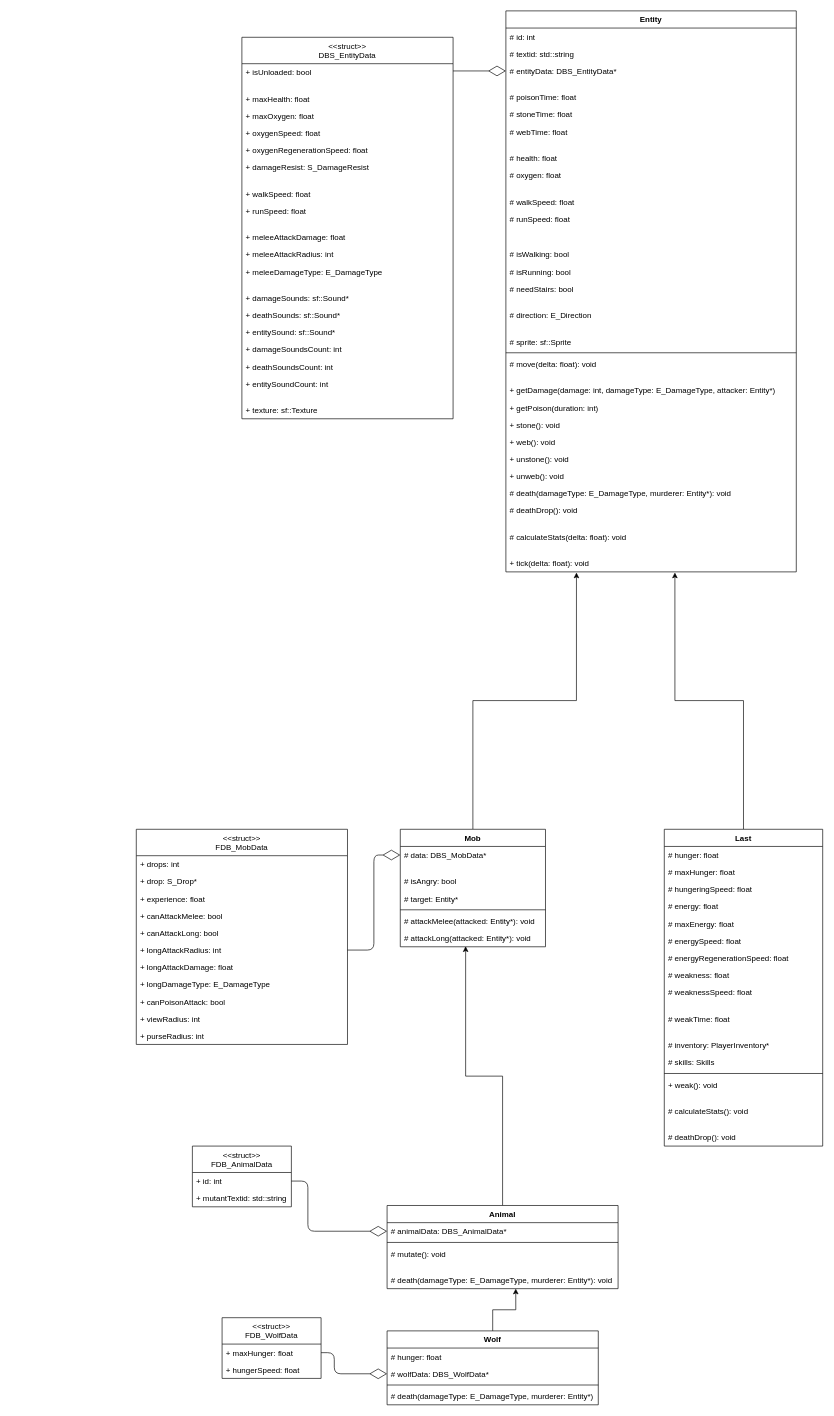
This is page "Entity" (1 of 3) of Classes.drawio from sqrt-of-minus-one/After_0, a draw.io file, before an edit. Source tidied: cells renumbered, new cells numbered last; positions are measured from the earlier drawing's top-left corner, leaving out a move shared by most shapes. Both pictures are drawn from the tidied source at 66%, with x=0, y=0 at pixel (136, 11).
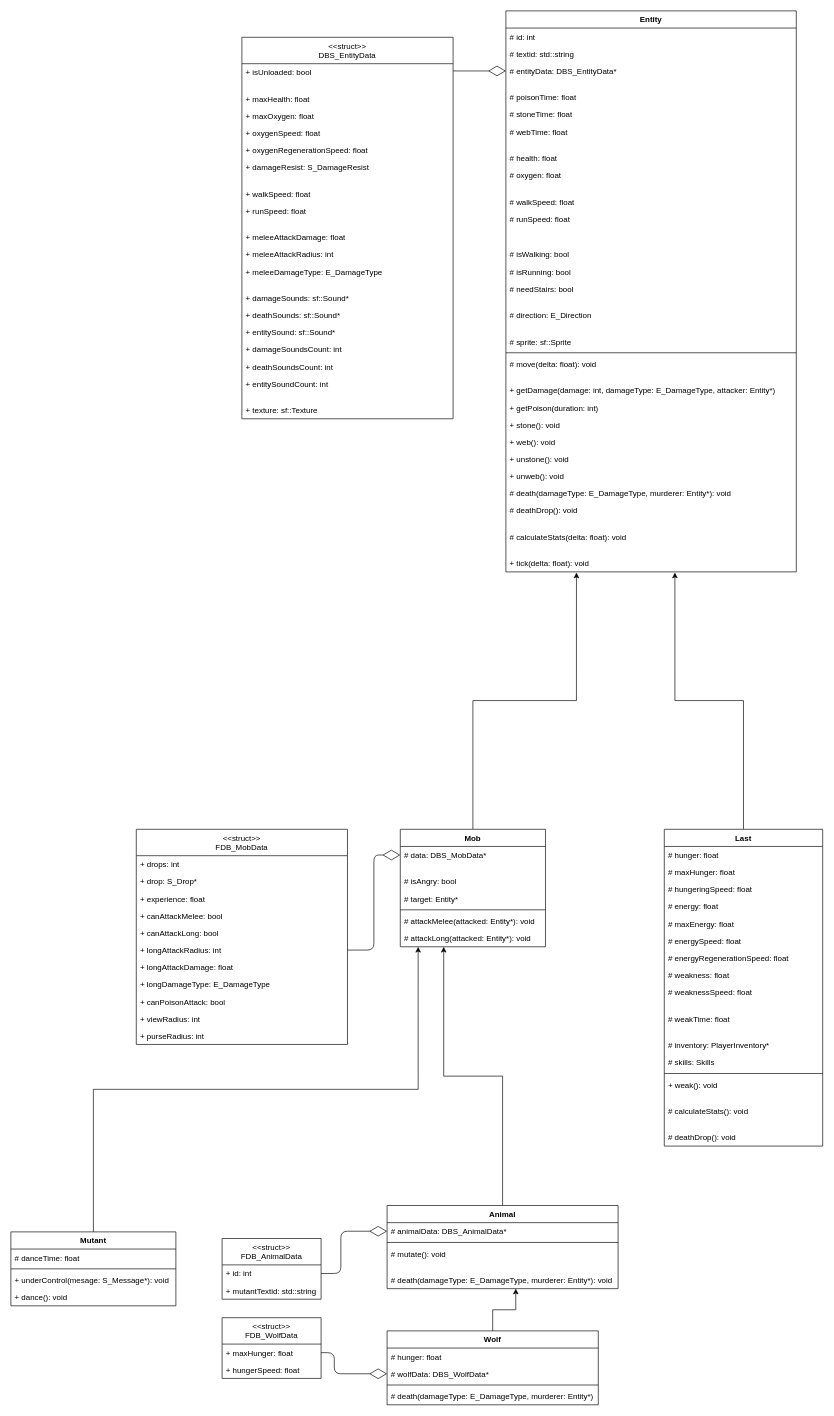
Above is the later version.

Commit message (it also covers changes not shown here):
Added class Mutant

The change refers to these unchanged cells:
```xml
<mxCell id="94" value="# attackLong(attacked: Entity*): void" style="text;strokeColor=none;fillColor=none;align=left;verticalAlign=top;spacingLeft=4;spacingRight=4;overflow=hidden;points=[[0,0.5],[1,0.5]];portConstraint=eastwest;" parent="87" vertex="1">
  <mxGeometry y="152" width="220" height="26" as="geometry" />
</mxCell>
<mxCell id="110" value="Animal" style="swimlane;fontStyle=1;align=center;verticalAlign=top;horizontal=1;startSize=26;" parent="1" vertex="1">
  <mxGeometry x="380" y="1810" width="350" height="126" as="geometry" />
</mxCell>
<mxCell id="111" value="# animalData: DBS_AnimalData*" style="text;strokeColor=none;fillColor=none;align=left;verticalAlign=top;spacingLeft=4;spacingRight=4;overflow=hidden;points=[[0,0.5],[1,0.5]];portConstraint=eastwest;" parent="110" vertex="1">
  <mxGeometry y="26" width="350" height="26" as="geometry" />
</mxCell>
```

The edit, as a diff of the source:
```diff
@@
-    <mxCell id="109" style="edgeStyle=orthogonalEdgeStyle;rounded=0;jettySize=auto;html=1;exitX=0.5;exitY=0;exitDx=0;exitDy=0;entryX=0.45;entryY=0.971;entryDx=0;entryDy=0;entryPerimeter=0;" parent="1" edge="1" source="110" target="94">
+    <mxCell id="109" style="edgeStyle=orthogonalEdgeStyle;rounded=0;jettySize=auto;html=1;exitX=0.5;exitY=0;exitDx=0;exitDy=0;entryX=0.299;entryY=1.005;entryDx=0;entryDy=0;entryPerimeter=0;" parent="1" edge="1" source="110" target="94">
       <mxGeometry relative="1" as="geometry" />
     </mxCell>
@@
     <mxCell id="116" style="endArrow=diamondThin;endFill=0;endSize=24;html=1;entryX=0;entryY=0.5;entryDx=0;entryDy=0;exitX=1;exitY=0.5;exitDx=0;exitDy=0;" parent="1" edge="1" source="118" target="111">
       <mxGeometry relative="1" as="geometry">
         <Array as="points">
-          <mxPoint x="260" y="1773" />
-          <mxPoint x="260" y="1849" />
+          <mxPoint x="310" y="1913" />
+          <mxPoint x="310" y="1849" />
         </Array>
       </mxGeometry>
     </mxCell>
-    <mxCell id="117" value="&lt;&lt;struct&gt;&gt;&#10;FDB_AnimalData" style="swimlane;fontStyle=0;horizontal=1;startSize=40;fillColor=none;" parent="1" vertex="1">
-      <mxGeometry x="85" y="1720" width="150" height="92" as="geometry" />
-    </mxCell>
-    <mxCell id="118" value="+ id: int" style="text;strokeColor=none;fillColor=none;align=left;verticalAlign=top;spacingLeft=4;spacingRight=4;overflow=hidden;points=[[0,0.5],[1,0.5]];portConstraint=eastwest;" parent="117" vertex="1">
-      <mxGeometry y="40" width="150" height="26" as="geometry" />
-    </mxCell>
-    <mxCell id="119" value="+ mutantTextid: std::string" style="text;strokeColor=none;fillColor=none;align=left;verticalAlign=top;spacingLeft=4;spacingRight=4;overflow=hidden;" parent="117" vertex="1">
-      <mxGeometry y="66" width="150" height="26" as="geometry" />
-    </mxCell>
@@
+    <mxCell id="117" value="&lt;&lt;struct&gt;&gt;&#10;FDB_AnimalData" style="swimlane;fontStyle=0;horizontal=1;startSize=40;fillColor=none;" parent="1" vertex="1">
+      <mxGeometry x="130" y="1860" width="150" height="92" as="geometry" />
+    </mxCell>
+    <mxCell id="118" value="+ id: int" style="text;strokeColor=none;fillColor=none;align=left;verticalAlign=top;spacingLeft=4;spacingRight=4;overflow=hidden;points=[[0,0.5],[1,0.5]];portConstraint=eastwest;" parent="117" vertex="1">
+      <mxGeometry y="40" width="150" height="26" as="geometry" />
+    </mxCell>
+    <mxCell id="119" value="+ mutantTextid: std::string" style="text;strokeColor=none;fillColor=none;align=left;verticalAlign=top;spacingLeft=4;spacingRight=4;overflow=hidden;" parent="117" vertex="1">
+      <mxGeometry y="66" width="150" height="26" as="geometry" />
+    </mxCell>
+    <mxCell id="130" style="edgeStyle=orthogonalEdgeStyle;rounded=0;jettySize=auto;html=1;exitX=0.5;exitY=0;exitDx=0;exitDy=0;entryX=0.123;entryY=1.005;entryDx=0;entryDy=0;entryPerimeter=0;" parent="1" edge="1" source="131" target="94">
+      <mxGeometry relative="1" as="geometry" />
+    </mxCell>
+    <mxCell id="131" value="Mutant" style="swimlane;fontStyle=1;align=center;verticalAlign=top;horizontal=1;startSize=26;" parent="1" vertex="1">
+      <mxGeometry x="-190" y="1850" width="250" height="112" as="geometry" />
+    </mxCell>
+    <mxCell id="132" value="# danceTime: float" style="text;strokeColor=none;fillColor=none;align=left;verticalAlign=top;spacingLeft=4;spacingRight=4;overflow=hidden;" parent="131" vertex="1">
+      <mxGeometry y="26" width="250" height="26" as="geometry" />
+    </mxCell>
+    <mxCell id="133" style="line;strokeWidth=1;fillColor=none;align=left;verticalAlign=middle;spacingTop=-1;spacingLeft=3;spacingRight=3;labelPosition=right;" parent="131" vertex="1">
+      <mxGeometry y="52" width="250" height="8" as="geometry" />
+    </mxCell>
+    <mxCell id="134" value="+ underControl(mesage: S_Message*): void" style="text;strokeColor=none;fillColor=none;align=left;verticalAlign=top;spacingLeft=4;spacingRight=4;overflow=hidden;" parent="131" vertex="1">
+      <mxGeometry y="60" width="250" height="26" as="geometry" />
+    </mxCell>
+    <mxCell id="135" value="+ dance(): void" style="text;strokeColor=none;fillColor=none;align=left;verticalAlign=top;spacingLeft=4;spacingRight=4;overflow=hidden;" parent="131" vertex="1">
+      <mxGeometry y="86" width="250" height="26" as="geometry" />
+    </mxCell>
```
